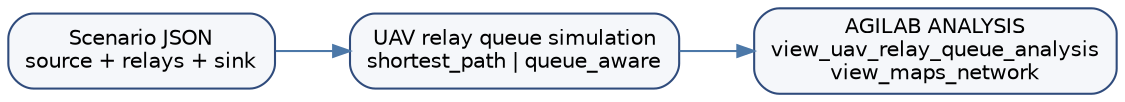
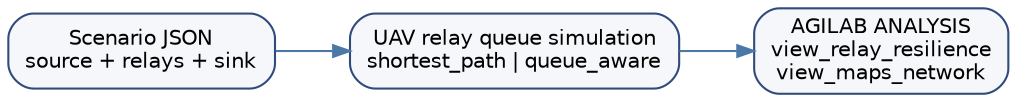
digraph uav_relay_queue_pipeline {
  rankdir=LR;
  graph [fontname="Helvetica", fontsize=10];
  node [shape=box, style="rounded,filled", fillcolor="#F5F7FA", color="#2F4B7C", fontname="Helvetica", fontsize=10];
  edge [color="#4C78A8", arrowsize=0.8];

  scenario [label="Scenario JSON\nsource + relays + sink"];
  simulate [label="UAV relay queue simulation\nshortest_path | queue_aware"];
-   analysis [label="AGILAB ANALYSIS\nview_uav_relay_queue_analysis\nview_maps_network"];
+   analysis [label="AGILAB ANALYSIS\nview_relay_resilience\nview_maps_network"];

  scenario -> simulate;
  simulate -> analysis;
}
